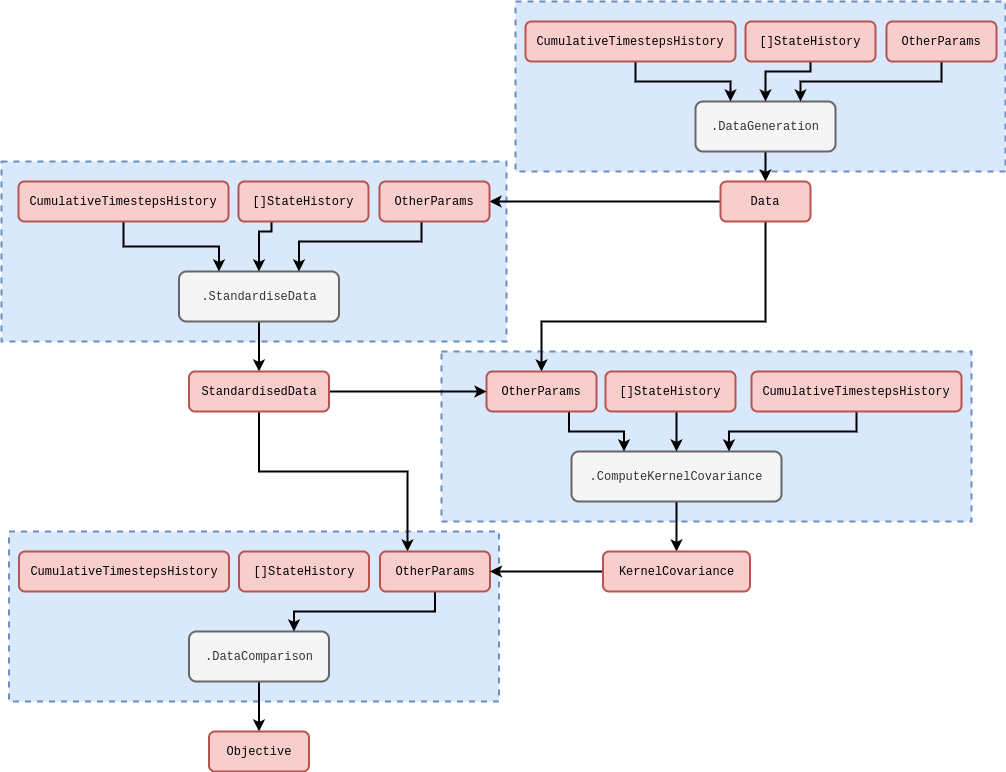
The draw.io diagram assets/stochadexII/stochadexII-gaussian-process-code.drawio.png in umbralcalc/umbralcalc.github.io, before a commit. Source tidied: cells renumbered, new cells last; positions are measured from the earlier drawing's top-left corner, leaving out a move shared by most shapes.
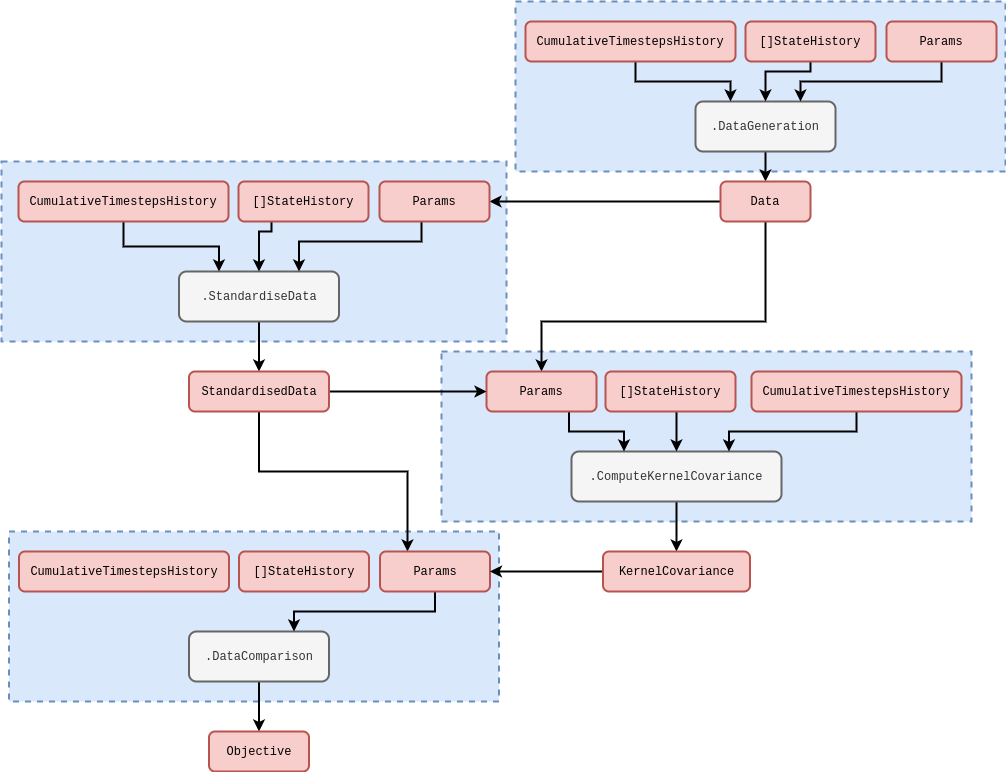
The same file after the commit.

The edit, as a diff of the source:
```diff
@@ -84,7 +84,7 @@
         </Array>
       </mxGeometry>
     </mxCell>
-    <mxCell id="22" value="&lt;font face=&quot;Courier New&quot;&gt;OtherParams&lt;/font&gt;" style="rounded=1;whiteSpace=wrap;html=1;strokeWidth=2;fillColor=#f8cecc;strokeColor=#b85450;" parent="1" vertex="1">
+    <mxCell id="22" value="&lt;font face=&quot;Courier New&quot;&gt;Params&lt;/font&gt;" style="rounded=1;whiteSpace=wrap;html=1;strokeWidth=2;fillColor=#f8cecc;strokeColor=#b85450;" parent="1" vertex="1">
       <mxGeometry x="885" y="20" width="110" height="40" as="geometry" />
     </mxCell>
     <mxCell id="23" style="edgeStyle=orthogonalEdgeStyle;rounded=0;jettySize=auto;html=1;entryX=0.5;entryY=0;entryDx=0;entryDy=0;strokeWidth=2;" parent="1" edge="1" source="24" target="7">
@@ -104,7 +104,7 @@
     <mxCell id="26" value="&lt;font face=&quot;Courier New&quot;&gt;CumulativeTimestepsHistory&lt;/font&gt;" style="rounded=1;whiteSpace=wrap;html=1;strokeWidth=2;fillColor=#f8cecc;strokeColor=#b85450;" parent="1" vertex="1">
       <mxGeometry x="750" y="370" width="210" height="40" as="geometry" />
     </mxCell>
-    <mxCell id="27" value="&lt;font face=&quot;Courier New&quot;&gt;OtherParams&lt;/font&gt;" style="rounded=1;whiteSpace=wrap;html=1;strokeWidth=2;fillColor=#f8cecc;strokeColor=#b85450;" parent="1" vertex="1">
+    <mxCell id="27" value="&lt;font face=&quot;Courier New&quot;&gt;Params&lt;/font&gt;" style="rounded=1;whiteSpace=wrap;html=1;strokeWidth=2;fillColor=#f8cecc;strokeColor=#b85450;" parent="1" vertex="1">
       <mxGeometry x="485" y="370" width="110" height="40" as="geometry" />
     </mxCell>
     <mxCell id="28" style="edgeStyle=orthogonalEdgeStyle;rounded=0;jettySize=auto;html=1;entryX=0.5;entryY=0;entryDx=0;entryDy=0;strokeWidth=2;" parent="1" edge="1" source="29" target="15">
@@ -129,7 +129,7 @@
         </Array>
       </mxGeometry>
     </mxCell>
-    <mxCell id="32" value="&lt;font face=&quot;Courier New&quot;&gt;OtherParams&lt;/font&gt;" style="rounded=1;whiteSpace=wrap;html=1;strokeWidth=2;fillColor=#f8cecc;strokeColor=#b85450;" parent="1" vertex="1">
+    <mxCell id="32" value="&lt;font face=&quot;Courier New&quot;&gt;Params&lt;/font&gt;" style="rounded=1;whiteSpace=wrap;html=1;strokeWidth=2;fillColor=#f8cecc;strokeColor=#b85450;" parent="1" vertex="1">
       <mxGeometry x="378" y="180" width="110" height="40" as="geometry" />
     </mxCell>
     <mxCell id="33" style="edgeStyle=orthogonalEdgeStyle;rounded=0;jettySize=auto;html=1;entryX=0;entryY=0.5;entryDx=0;entryDy=0;strokeWidth=2;" parent="1" edge="1" source="35" target="27">
@@ -166,7 +166,7 @@
         </Array>
       </mxGeometry>
     </mxCell>
-    <mxCell id="41" value="&lt;font face=&quot;Courier New&quot;&gt;OtherParams&lt;/font&gt;" style="rounded=1;whiteSpace=wrap;html=1;strokeWidth=2;fillColor=#f8cecc;strokeColor=#b85450;" parent="1" vertex="1">
+    <mxCell id="41" value="&lt;font face=&quot;Courier New&quot;&gt;Params&lt;/font&gt;" style="rounded=1;whiteSpace=wrap;html=1;strokeWidth=2;fillColor=#f8cecc;strokeColor=#b85450;" parent="1" vertex="1">
       <mxGeometry x="378.5" y="550" width="110" height="40" as="geometry" />
     </mxCell>
     <mxCell id="42" value="&lt;font face=&quot;Courier New&quot;&gt;Objective&lt;/font&gt;" style="rounded=1;whiteSpace=wrap;html=1;strokeWidth=2;fillColor=#f8cecc;strokeColor=#b85450;" parent="1" vertex="1">
```
